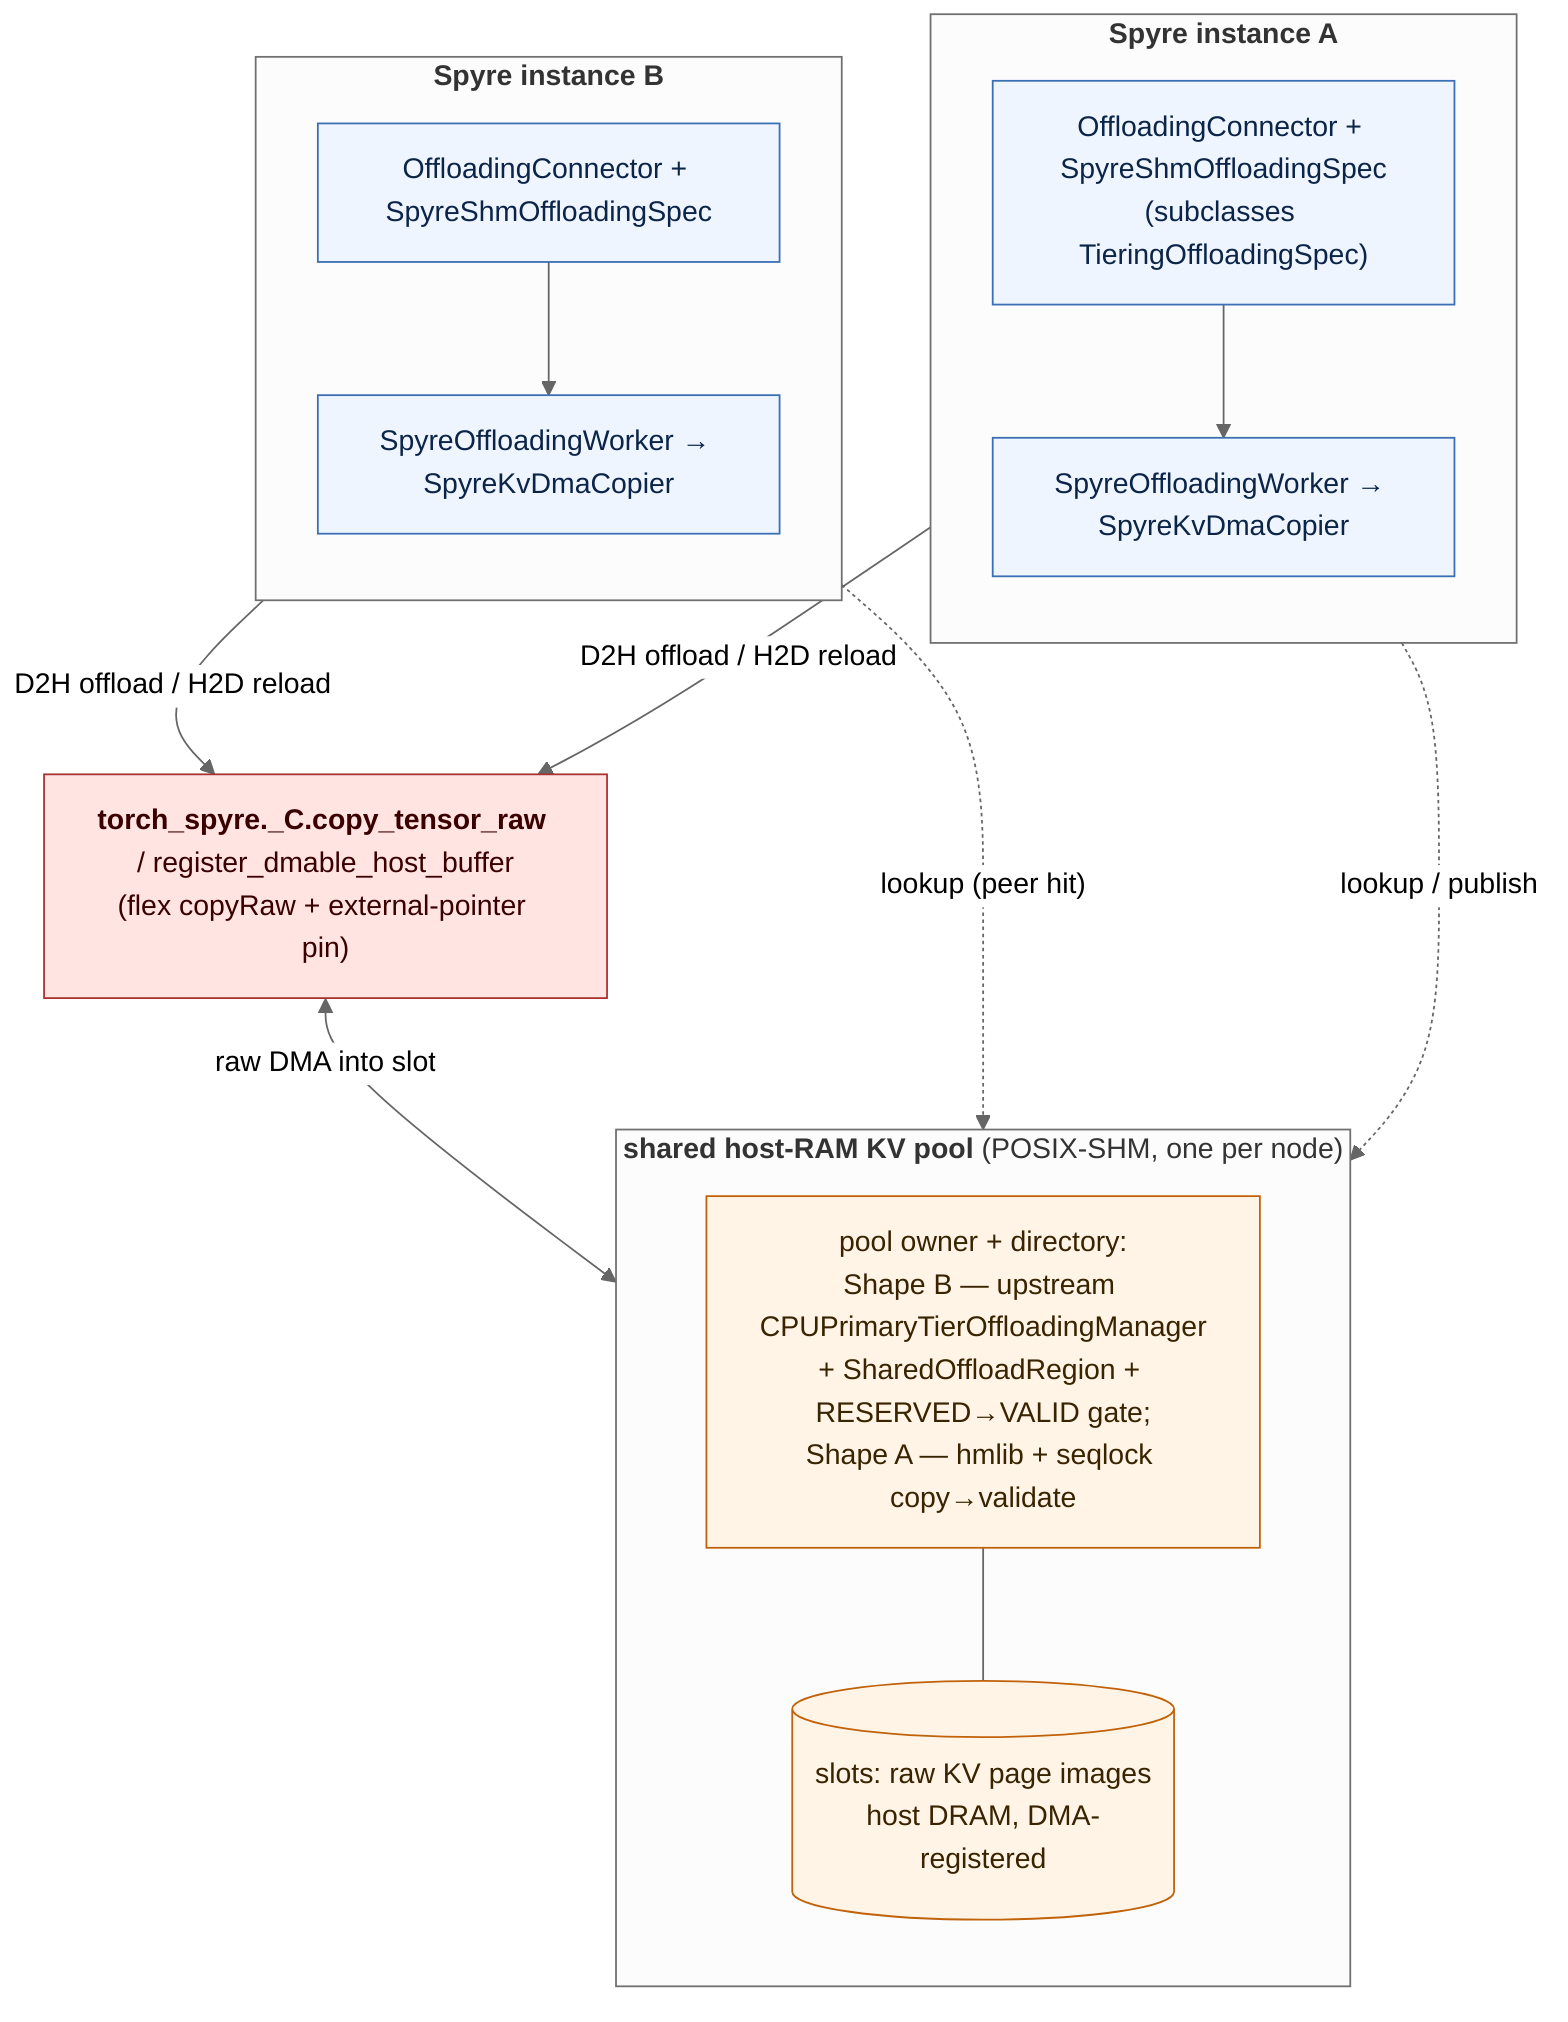
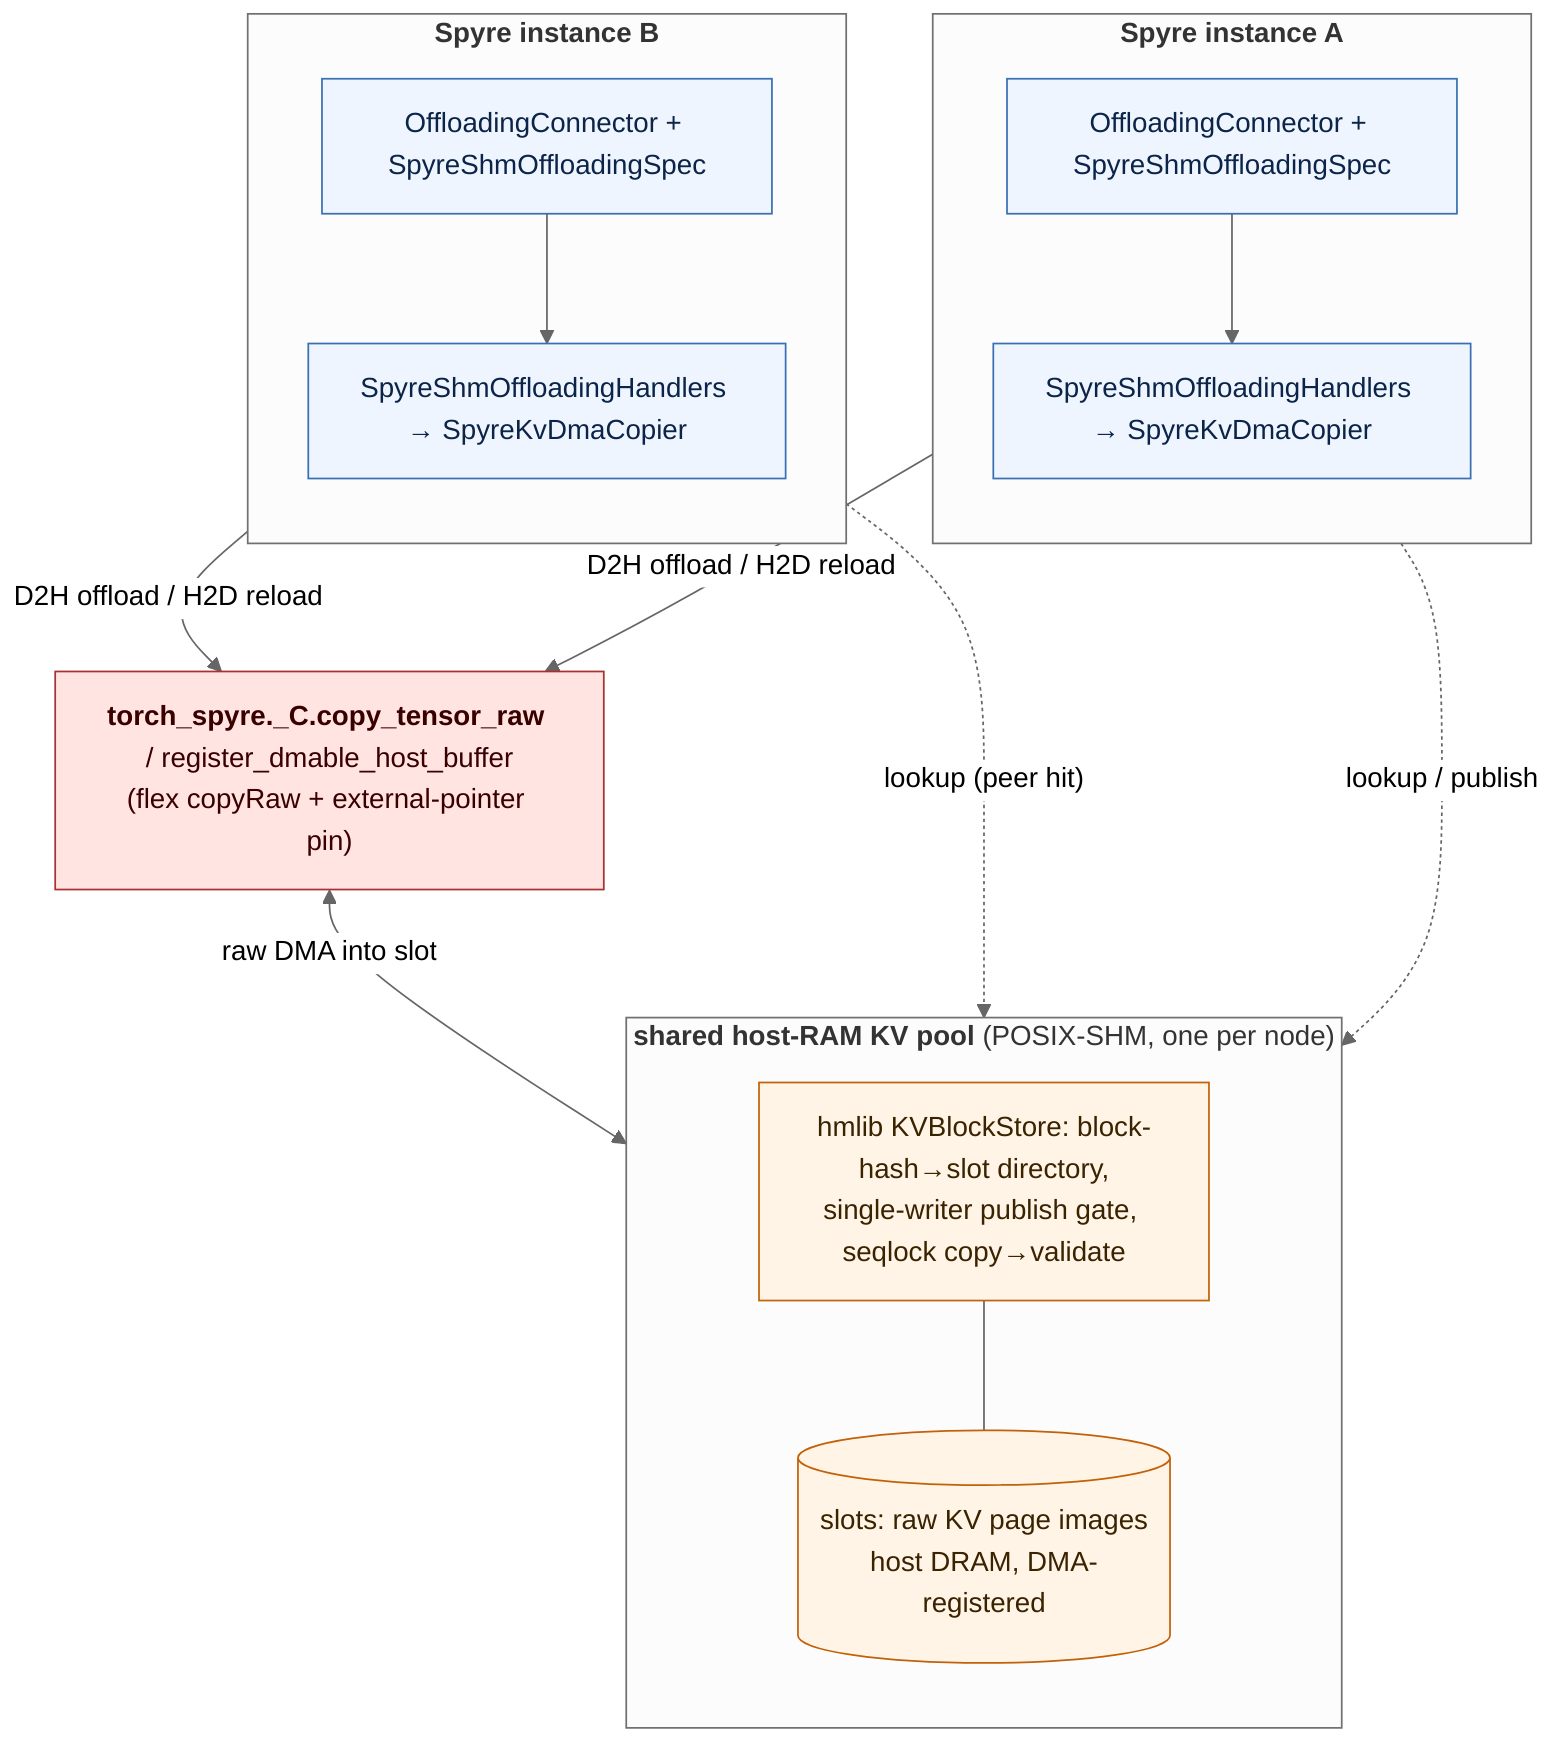
%%{ init: { "flowchart": { "htmlLabels": true, "curve": "basis" }, "theme": "neutral" } }%%
flowchart TB
    subgraph instA["<b>Spyre instance A</b>"]
        direction TB
-         OA["OffloadingConnector + SpyreShmOffloadingSpec<br/>(subclasses TieringOffloadingSpec)"]
-         HA["SpyreOffloadingWorker → SpyreKvDmaCopier"]
+         OA["OffloadingConnector + SpyreShmOffloadingSpec"]
+         HA["SpyreShmOffloadingHandlers → SpyreKvDmaCopier"]
        OA --> HA
    end
    subgraph instB["<b>Spyre instance B</b>"]
        direction TB
        OB["OffloadingConnector + SpyreShmOffloadingSpec"]
-         HB["SpyreOffloadingWorker → SpyreKvDmaCopier"]
+         HB["SpyreShmOffloadingHandlers → SpyreKvDmaCopier"]
        OB --> HB
    end

    RAW["<b>torch_spyre._C.copy_tensor_raw</b> / register_dmable_host_buffer<br/>(flex copyRaw + external-pointer pin)"]

    subgraph pool["<b>shared host-RAM KV pool</b> (POSIX-SHM, one per node)"]
        direction TB
-         HM["pool owner + directory:<br/>Shape B — upstream CPUPrimaryTierOffloadingManager<br/>+ SharedOffloadRegion + RESERVED→VALID gate;<br/>Shape A — hmlib + seqlock copy→validate"]
+         HM["hmlib KVBlockStore: block-hash→slot directory,<br/>single-writer publish gate, seqlock copy→validate"]
        SLOTS[("slots: raw KV page images<br/>host DRAM, DMA-registered")]
        HM --- SLOTS
    end

    HA -->|"D2H offload / H2D reload"| RAW
    HB -->|"D2H offload / H2D reload"| RAW
    RAW <-->|"raw DMA into slot"| SLOTS
    HA -. "lookup / publish" .-> HM
    HB -. "lookup (peer hit)" .-> HM

    classDef inst fill:#eef5ff,stroke:#3b6fb3,color:#0b2447
    classDef hot  fill:#ffe4e1,stroke:#a83232,color:#3a0000
    classDef pl   fill:#fff4e6,stroke:#c1620a,color:#3a2300
    class OA,HA,OB,HB inst
    class RAW hot
    class HM pl
    class SLOTS pl
